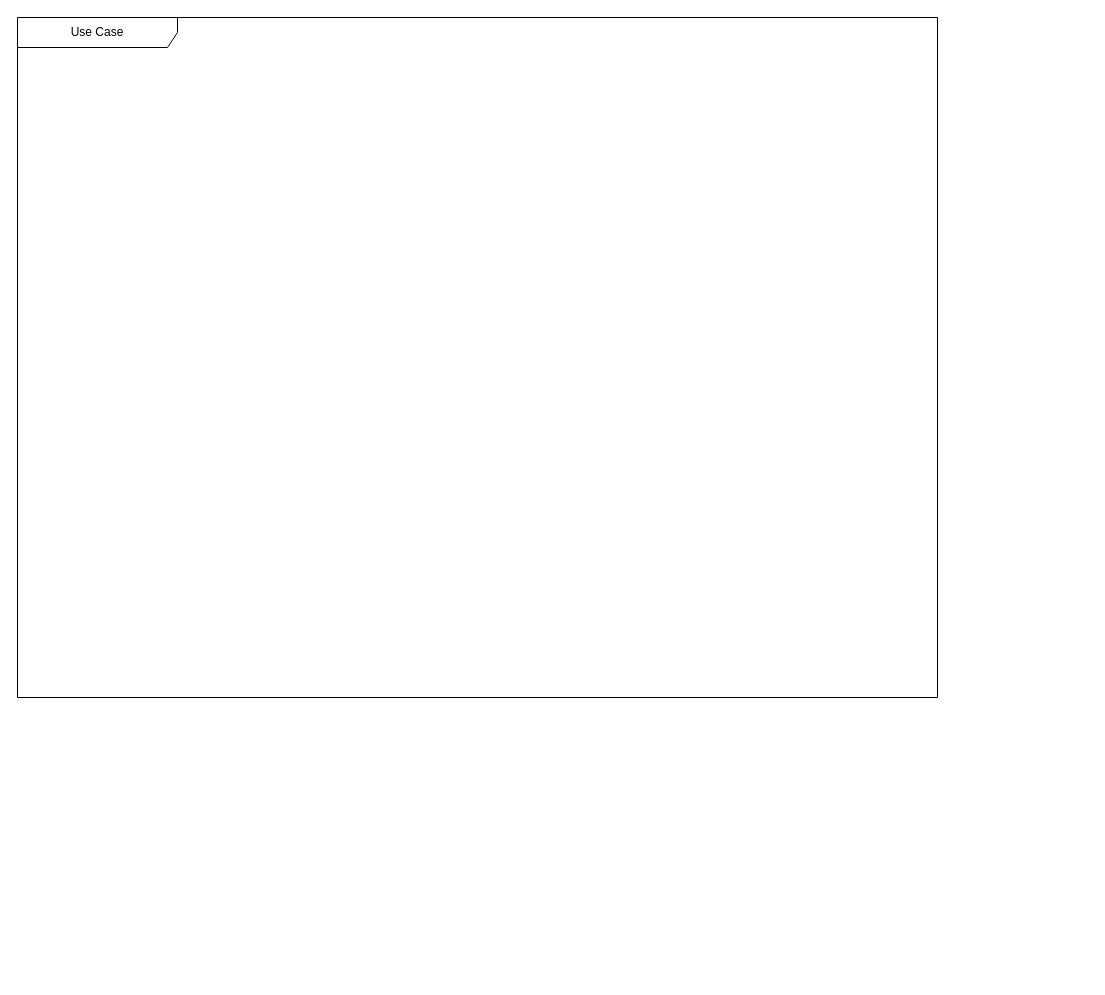
The draw.io diagram Draw.io/casos_de_uso_mobile.drawio in Organization-Meets/Meets_Docs, before the edit. Source tidied: cells renumbered, new cells numbered last; positions are measured from the earlier drawing's top-left corner, leaving out a move shared by most shapes. Both pictures are drawn from the tidied source at 100%, with x=0, y=0 at pixel (17, 17).
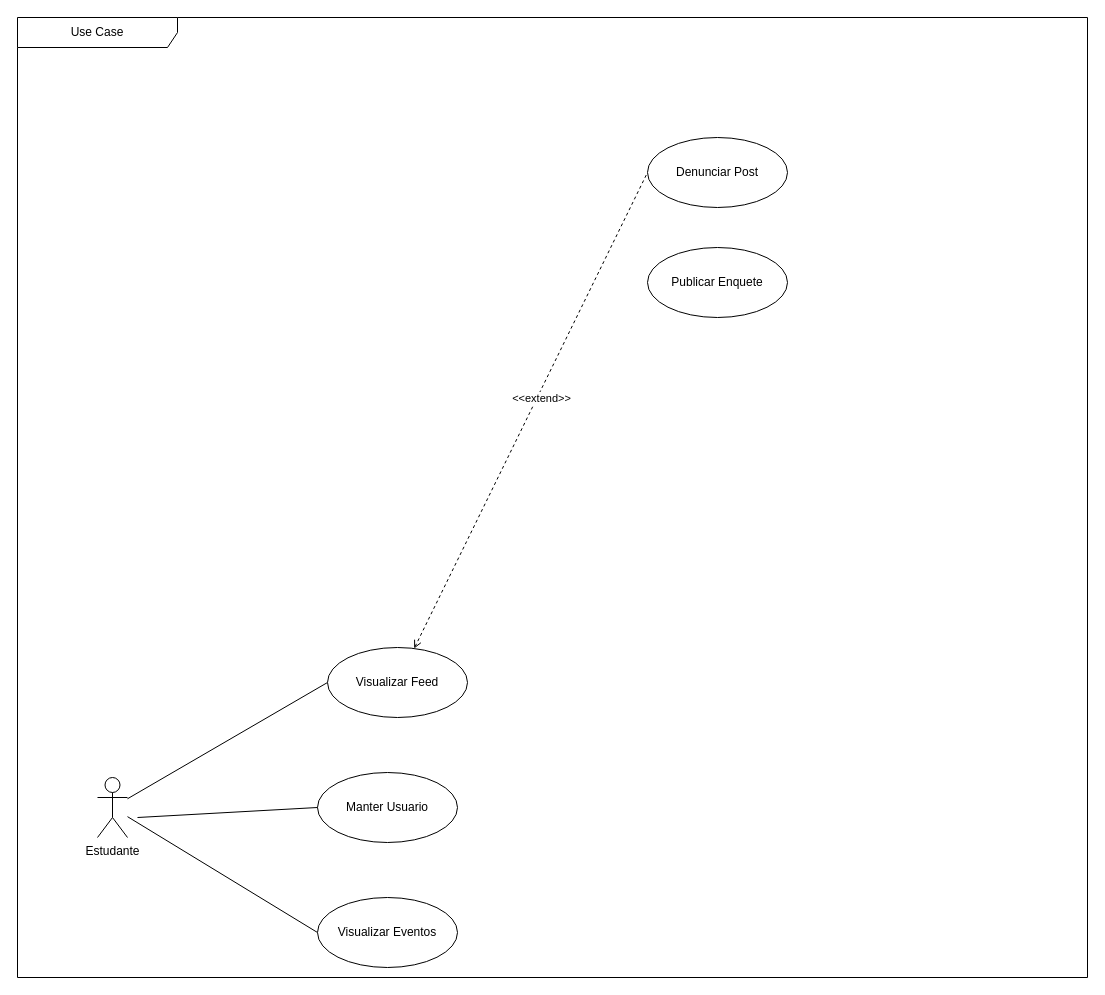
The same diagram, later.

The edit, as a diff of the source:
```diff
@@
 <mxGraphModel>
   <root>
     <mxCell id="0" />
     <mxCell id="1" parent="0" />
     <mxCell id="2" value="Use Case" style="shape=umlFrame;whiteSpace=wrap;html=1;width=160;" parent="1" vertex="1">
-      <mxGeometry width="920" height="680" as="geometry" />
+      <mxGeometry width="1070" height="960" as="geometry" />
     </mxCell>
+    <mxCell id="3" style="rounded=0;jettySize=auto;html=1;entryX=0;entryY=0.5;entryDx=0;entryDy=0;endArrow=none;endFill=0;" parent="2" edge="1" source="5" target="8">
+      <mxGeometry relative="1" as="geometry" />
+    </mxCell>
+    <mxCell id="4" style="rounded=0;jettySize=auto;html=1;entryX=0;entryY=0.5;entryDx=0;entryDy=0;endArrow=none;endFill=0;" parent="2" edge="1" source="5" target="10">
+      <mxGeometry relative="1" as="geometry" />
+    </mxCell>
+    <mxCell id="5" value="Estudante" style="shape=umlActor;html=1;verticalLabelPosition=bottom;verticalAlign=top;align=center;" parent="2" vertex="1">
+      <mxGeometry x="80" y="760" width="30" height="60" as="geometry" />
+    </mxCell>
+    <mxCell id="6" style="rounded=0;jettySize=auto;html=1;entryX=0;entryY=0.5;entryDx=0;entryDy=0;endArrow=none;endFill=0;dashed=1;startArrow=open;startFill=0;" parent="2" edge="1" source="8" target="12">
+      <mxGeometry relative="1" as="geometry" />
+    </mxCell>
+    <mxCell id="7" value="&amp;lt;&amp;lt;extend&amp;gt;&amp;gt;" style="edgeLabel;html=1;align=center;verticalAlign=middle;" parent="6" vertex="1">
+      <mxGeometry x="0.06" y="-3" relative="1" as="geometry" />
+    </mxCell>
+    <mxCell id="8" value="Visualizar Feed" style="ellipse;whiteSpace=wrap;html=1;" parent="2" vertex="1">
+      <mxGeometry x="310" y="630" width="140" height="70" as="geometry" />
+    </mxCell>
+    <mxCell id="9" value="Manter Usuario" style="ellipse;whiteSpace=wrap;html=1;" parent="2" vertex="1">
+      <mxGeometry x="300" y="755" width="140" height="70" as="geometry" />
+    </mxCell>
+    <mxCell id="10" value="Visualizar Eventos" style="ellipse;whiteSpace=wrap;html=1;" parent="2" vertex="1">
+      <mxGeometry x="300" y="880" width="140" height="70" as="geometry" />
+    </mxCell>
+    <mxCell id="11" style="rounded=0;jettySize=auto;html=1;entryX=0;entryY=0.5;entryDx=0;entryDy=0;endArrow=none;endFill=0;" parent="2" edge="1" target="9">
+      <mxGeometry relative="1" as="geometry">
+        <mxPoint x="120" y="800" as="sourcePoint" />
+      </mxGeometry>
+    </mxCell>
+    <mxCell id="12" value="Denunciar Post" style="ellipse;whiteSpace=wrap;html=1;" parent="2" vertex="1">
+      <mxGeometry x="630" y="120" width="140" height="70" as="geometry" />
+    </mxCell>
+    <mxCell id="13" value="Publicar Enquete" style="ellipse;whiteSpace=wrap;html=1;" parent="2" vertex="1">
+      <mxGeometry x="630" y="230" width="140" height="70" as="geometry" />
+    </mxCell>
   </root>
 </mxGraphModel>
```
